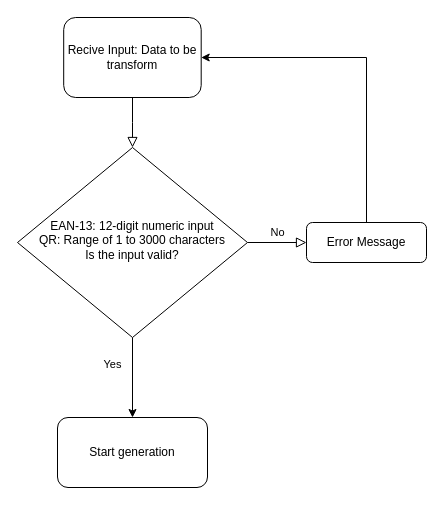
Before: backend/Data Input Field.drawio in JeffLiHK/online_barcode_generator_design, a draw.io diagram. Source tidied: cells renumbered, new cells numbered last; positions are measured from the earlier drawing's top-left corner, leaving out a move shared by most shapes. Both pictures are drawn from the tidied source at 100%, with x=0, y=0 at pixel (17, 17).
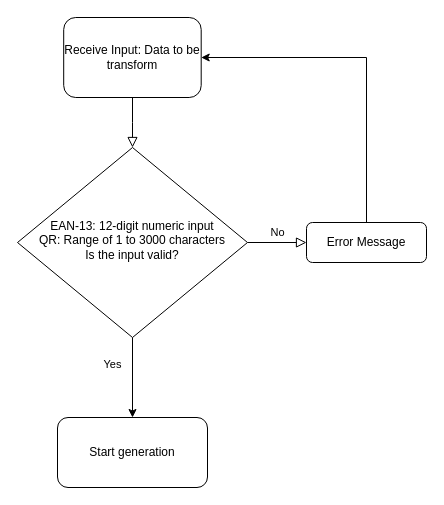
The same diagram, later.

The edit, as a diff of the source:
```diff
@@
 <mxGraphModel>
   <root>
     <mxCell id="0" />
     <mxCell id="1" parent="0" />
     <mxCell id="2" style="rounded=0;html=1;jettySize=auto;fontSize=11;endArrow=block;endFill=0;endSize=8;strokeWidth=1;shadow=0;labelBackgroundColor=none;edgeStyle=orthogonalEdgeStyle;" parent="1" edge="1" source="3" target="6">
       <mxGeometry relative="1" as="geometry" />
     </mxCell>
-    <mxCell id="3" value="Recive Input: Data to be transform" style="rounded=1;whiteSpace=wrap;html=1;fontSize=12;glass=0;strokeWidth=1;shadow=0;" parent="1" vertex="1">
+    <mxCell id="3" value="Receive Input: Data to be transform" style="rounded=1;whiteSpace=wrap;html=1;fontSize=12;glass=0;strokeWidth=1;shadow=0;" parent="1" vertex="1">
       <mxGeometry x="46.2" width="137.5" height="80" as="geometry" />
     </mxCell>
     <mxCell id="4" value="No" style="edgeStyle=orthogonalEdgeStyle;rounded=0;html=1;jettySize=auto;fontSize=11;endArrow=block;endFill=0;endSize=8;strokeWidth=1;shadow=0;labelBackgroundColor=none;" parent="1" edge="1" source="6" target="8">
       <mxGeometry y="10" relative="1" as="geometry" />
     </mxCell>
     <mxCell id="5" value="Yes" style="edgeStyle=orthogonalEdgeStyle;rounded=0;jettySize=auto;html=1;exitX=0.5;exitY=1;exitDx=0;exitDy=0;entryX=0.5;entryY=0;entryDx=0;entryDy=0;" parent="1" edge="1" source="6" target="9">
       <mxGeometry x="-0.33" y="-20" relative="1" as="geometry" />
     </mxCell>
     <mxCell id="6" value="EAN-13: 12-digit numeric input&lt;div&gt;QR: Range of 1 to 3000 characters&lt;/div&gt;&lt;div&gt;Is the input&amp;nbsp;valid?&lt;/div&gt;" style="rhombus;whiteSpace=wrap;html=1;shadow=0;fontFamily=Helvetica;fontSize=12;align=center;strokeWidth=1;spacing=6;spacingTop=-4;" parent="1" vertex="1">
       <mxGeometry y="130" width="230" height="190" as="geometry" />
     </mxCell>
     <mxCell id="7" style="edgeStyle=orthogonalEdgeStyle;rounded=0;jettySize=auto;html=1;exitX=0.5;exitY=0;exitDx=0;exitDy=0;entryX=1;entryY=0.5;entryDx=0;entryDy=0;" parent="1" edge="1" source="8" target="3">
       <mxGeometry relative="1" as="geometry" />
     </mxCell>
     <mxCell id="8" value="Error Message" style="rounded=1;whiteSpace=wrap;html=1;fontSize=12;glass=0;strokeWidth=1;shadow=0;" parent="1" vertex="1">
       <mxGeometry x="289" y="205" width="120" height="40" as="geometry" />
     </mxCell>
     <mxCell id="9" value="Start generation" style="rounded=1;whiteSpace=wrap;html=1;fontSize=12;glass=0;strokeWidth=1;shadow=0;" parent="1" vertex="1">
       <mxGeometry x="40" y="400" width="150" height="70" as="geometry" />
     </mxCell>
   </root>
 </mxGraphModel>
```
